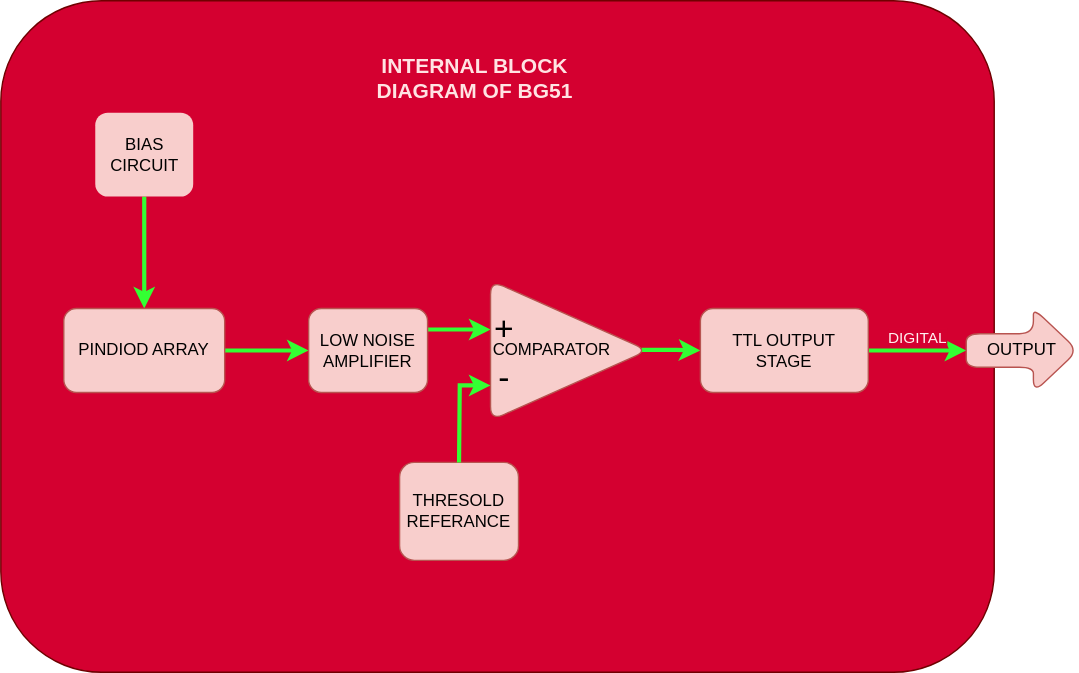
vaishakh-v/NIRAMM keeps this draw.io diagram as internal FBD.svg. Above is the earlier version. Source tidied: cells renumbered, new cells last; positions are measured from the earlier drawing's top-left corner, leaving out a move shared by most shapes.
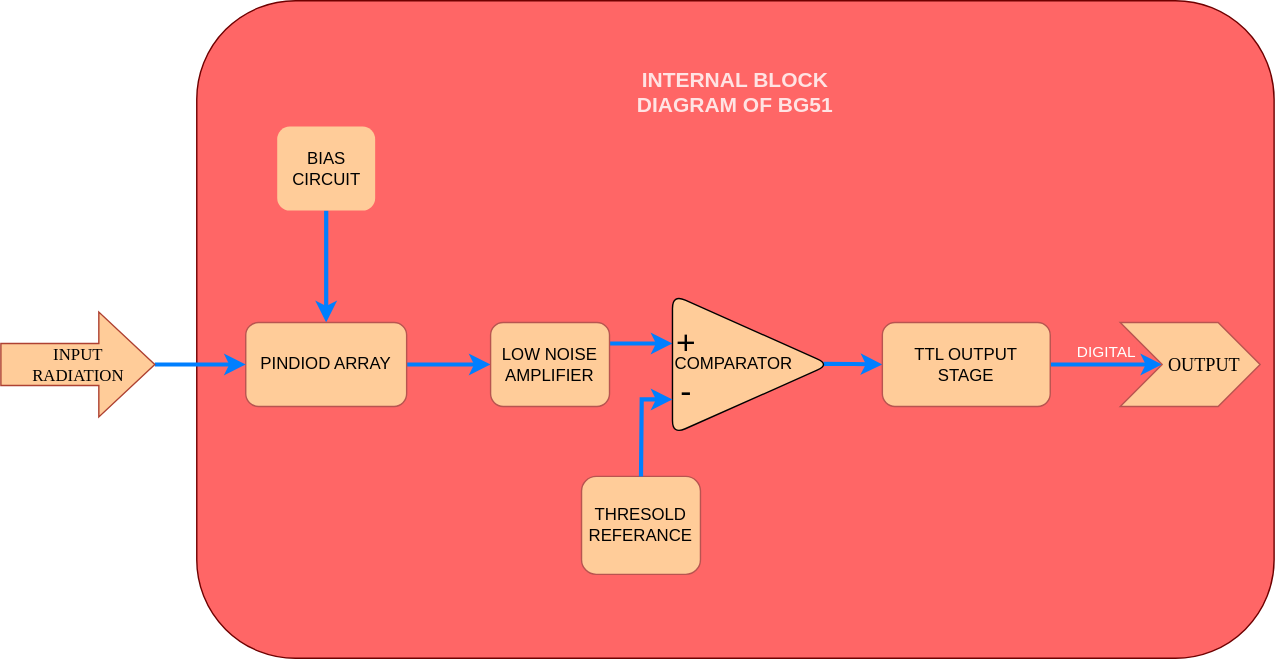
Above is the later version.

Diff of the diagram source:
```diff
@@ -2,54 +2,51 @@
   <root>
     <mxCell id="0" />
     <mxCell id="1" parent="0" />
-    <mxCell id="2" style="rounded=1;whiteSpace=wrap;html=1;strokeColor=#6F0000;fontColor=#ffffff;fillColor=#D40030;" parent="1" vertex="1">
-      <mxGeometry width="710" height="480" as="geometry" />
-    </mxCell>
+    <mxCell id="19" style="rounded=1;whiteSpace=wrap;html=1;strokeColor=#6F0000;fontColor=#ffffff;fontFamily=Times New Roman;fontSize=12;fillColor=#FF6666;" parent="1" vertex="1">
+      <mxGeometry x="10" y="-10" width="770" height="470" as="geometry" />
+    </mxCell>
-    <mxCell id="3" style="edgeStyle=orthogonalEdgeStyle;jettySize=auto;html=1;rounded=0;fillColor=#33FF33;strokeColor=#33FF33;strokeWidth=3;" parent="1" edge="1" source="4" target="6">
+    <mxCell id="3" style="edgeStyle=orthogonalEdgeStyle;jettySize=auto;html=1;rounded=0;fillColor=#33FF33;strokeWidth=3;strokeColor=#007FFF;" parent="1" edge="1" source="4" target="6">
       <mxGeometry relative="1" as="geometry" />
     </mxCell>
-    <mxCell id="4" value="BIAS CIRCUIT" style="rounded=1;whiteSpace=wrap;html=1;fillColor=#f8cecc;strokeColor=none;" parent="1" vertex="1">
+    <mxCell id="4" value="BIAS CIRCUIT" style="rounded=1;whiteSpace=wrap;html=1;strokeColor=none;fillColor=#FFCC99;" parent="1" vertex="1">
       <mxGeometry x="67.5" y="80" width="70" height="60" as="geometry" />
     </mxCell>
-    <mxCell id="5" style="edgeStyle=orthogonalEdgeStyle;curved=1;jettySize=auto;html=1;strokeColor=#33FF33;strokeWidth=3;" parent="1" edge="1" source="6" target="8">
+    <mxCell id="5" style="edgeStyle=orthogonalEdgeStyle;jettySize=auto;html=1;strokeWidth=3;rounded=0;strokeColor=#007FFF;" parent="1" edge="1" source="6" target="8">
       <mxGeometry relative="1" as="geometry" />
     </mxCell>
-    <mxCell id="6" value="PINDIOD ARRAY" style="whiteSpace=wrap;html=1;rounded=1;strokeColor=#b85450;fillColor=#f8cecc;" parent="1" vertex="1">
+    <mxCell id="6" value="PINDIOD ARRAY" style="whiteSpace=wrap;html=1;rounded=1;strokeColor=#b85450;fillColor=#FFCC99;" parent="1" vertex="1">
       <mxGeometry x="45" y="220" width="115" height="60" as="geometry" />
     </mxCell>
-    <mxCell id="7" style="edgeStyle=orthogonalEdgeStyle;rounded=0;jettySize=auto;html=1;exitX=1;exitY=0.25;exitDx=0;exitDy=0;entryX=0;entryY=0.5;entryDx=0;entryDy=0;fontSize=15;fontColor=#000000;strokeColor=#33FF33;strokeWidth=3;fillColor=#33FF33;" parent="1" edge="1" source="8" target="17">
+    <mxCell id="7" style="edgeStyle=orthogonalEdgeStyle;rounded=0;jettySize=auto;html=1;exitX=1;exitY=0.25;exitDx=0;exitDy=0;entryX=0;entryY=0.5;entryDx=0;entryDy=0;fontSize=15;fontColor=#000000;strokeWidth=3;fillColor=#33FF33;strokeColor=#007FFF;" parent="1" edge="1" source="8" target="17">
       <mxGeometry relative="1" as="geometry" />
     </mxCell>
-    <mxCell id="8" value="LOW NOISE AMPLIFIER" style="whiteSpace=wrap;html=1;rounded=1;strokeColor=#b85450;fillColor=#f8cecc;" parent="1" vertex="1">
+    <mxCell id="8" value="LOW NOISE AMPLIFIER" style="whiteSpace=wrap;html=1;rounded=1;strokeColor=#b85450;fillColor=#FFCC99;" parent="1" vertex="1">
       <mxGeometry x="220" y="220" width="85" height="60" as="geometry" />
     </mxCell>
-    <mxCell id="9" style="edgeStyle=orthogonalEdgeStyle;rounded=0;jettySize=auto;html=1;strokeColor=#33FF33;strokeWidth=3;fillColor=#33FF33;exitX=0.959;exitY=0.496;exitDx=0;exitDy=0;exitPerimeter=0;" parent="1" edge="1" source="10" target="14">
+    <mxCell id="9" style="edgeStyle=orthogonalEdgeStyle;jettySize=auto;html=1;strokeWidth=3;fillColor=#33FF33;exitX=0.959;exitY=0.496;exitDx=0;exitDy=0;exitPerimeter=0;rounded=0;strokeColor=#007FFF;" parent="1" edge="1" source="10" target="14">
       <mxGeometry relative="1" as="geometry" />
     </mxCell>
-    <mxCell id="10" value="COMPARATOR" style="triangle;whiteSpace=wrap;html=1;rounded=1;strokeColor=#b85450;fillColor=#f8cecc;align=left;" parent="1" vertex="1">
+    <mxCell id="10" value="COMPARATOR" style="triangle;whiteSpace=wrap;html=1;rounded=1;align=left;fillColor=#FFCC99;" parent="1" vertex="1">
       <mxGeometry x="350" y="200" width="112.5" height="100" as="geometry" />
     </mxCell>
-    <mxCell id="11" value="THRESOLD&lt;br&gt;REFERANCE" style="rounded=1;whiteSpace=wrap;html=1;fillColor=#f8cecc;strokeColor=#b85450;" parent="1" vertex="1">
+    <mxCell id="11" value="THRESOLD&lt;br&gt;REFERANCE" style="rounded=1;whiteSpace=wrap;html=1;strokeColor=#b85450;fillColor=#FFCC99;" parent="1" vertex="1">
       <mxGeometry x="285" y="330" width="85" height="70" as="geometry" />
     </mxCell>
-    <mxCell id="12" style="endArrow=classic;html=1;strokeColor=#33FF33;fillColor=#33FF33;entryX=0;entryY=0.75;entryDx=0;entryDy=0;exitX=0.5;exitY=0;exitDx=0;exitDy=0;rounded=0;strokeWidth=3;" parent="1" edge="1" source="11" target="10">
+    <mxCell id="12" style="endArrow=classic;html=1;fillColor=#33FF33;entryX=0;entryY=0.75;entryDx=0;entryDy=0;exitX=0.5;exitY=0;exitDx=0;exitDy=0;rounded=0;strokeWidth=3;strokeColor=#007FFF;" parent="1" edge="1" source="11" target="10">
       <mxGeometry relative="1" as="geometry">
         <Array as="points">
           <mxPoint x="328" y="275" />
         </Array>
       </mxGeometry>
     </mxCell>
-    <mxCell id="13" value="DIGITAL" style="edgeStyle=orthogonalEdgeStyle;rounded=0;jettySize=auto;html=1;strokeColor=#33FF33;strokeWidth=3;fillColor=#33FF33;labelPosition=center;verticalLabelPosition=top;align=center;verticalAlign=bottom;labelBackgroundColor=#D40030;fontColor=#FFF0F0;" parent="1" edge="1" source="14" target="15">
+    <mxCell id="13" value="DIGITAL" style="edgeStyle=orthogonalEdgeStyle;rounded=0;jettySize=auto;html=1;strokeWidth=3;fillColor=#33FF33;labelPosition=center;verticalLabelPosition=top;align=center;verticalAlign=bottom;labelBackgroundColor=#FF6666;entryX=0;entryY=0.5;entryDx=30;entryDy=0;entryPerimeter=0;fontColor=#FFFFFF;fontStyle=0;strokeColor=#007FFF;" parent="1" edge="1" source="14" target="15">
       <mxGeometry relative="1" as="geometry" />
     </mxCell>
-    <mxCell id="14" value="&lt;div&gt;&lt;span&gt;TTL OUTPUT&lt;/span&gt;&lt;/div&gt;&lt;div&gt;&lt;span&gt;STAGE&lt;/span&gt;&lt;/div&gt;" style="whiteSpace=wrap;html=1;rounded=1;align=center;strokeColor=#b85450;fillColor=#f8cecc;" parent="1" vertex="1">
+    <mxCell id="14" value="&lt;div&gt;&lt;span&gt;TTL OUTPUT&lt;/span&gt;&lt;/div&gt;&lt;div&gt;&lt;span&gt;STAGE&lt;/span&gt;&lt;/div&gt;" style="whiteSpace=wrap;html=1;rounded=1;align=center;strokeColor=#b85450;fillColor=#FFCC99;" parent="1" vertex="1">
       <mxGeometry x="500" y="220" width="120" height="60" as="geometry" />
     </mxCell>
-    <mxCell id="15" value="OUTPUT" style="shape=singleArrow;whiteSpace=wrap;html=1;arrowWidth=0.4;arrowSize=0.4;rounded=1;strokeColor=#b85450;fillColor=#f8cecc;" parent="1" vertex="1">
-      <mxGeometry x="690" y="220" width="80" height="60" as="geometry" />
-    </mxCell>
     <mxCell id="16" value="INTERNAL BLOCK DIAGRAM OF BG51" style="text;html=1;strokeColor=none;fillColor=none;align=center;verticalAlign=middle;whiteSpace=wrap;rounded=0;fontColor=#FFE3E3;fontStyle=1;fontSize=15;" parent="1" vertex="1">
-      <mxGeometry x="240" y="10" width="197.5" height="90" as="geometry" />
+      <mxGeometry x="296.2" y="10" width="197.5" height="90" as="geometry" />
     </mxCell>
     <mxCell id="17" value="&lt;font style=&quot;font-size: 24px&quot;&gt;+&lt;/font&gt;" style="text;html=1;strokeColor=none;fillColor=none;align=center;verticalAlign=middle;whiteSpace=wrap;rounded=0;fontSize=15;" parent="1" vertex="1">
       <mxGeometry x="350" y="220" width="20" height="30" as="geometry" />
@@ -57,5 +54,14 @@
     <mxCell id="18" value="-" style="text;html=1;strokeColor=none;fillColor=none;align=center;verticalAlign=middle;whiteSpace=wrap;rounded=0;fontSize=24;fontColor=#000000;" parent="1" vertex="1">
       <mxGeometry x="355" y="260" width="10" height="20" as="geometry" />
     </mxCell>
+    <mxCell id="15" value="&lt;font style=&quot;font-size: 13px&quot;&gt;&amp;nbsp; &amp;nbsp; &amp;nbsp; OUTPUT&lt;/font&gt;" style="html=1;shadow=0;dashed=0;align=center;verticalAlign=middle;shape=mxgraph.arrows2.arrow;dy=0;dx=30;notch=30;strokeColor=#b85450;fontFamily=Times New Roman;textDirection=ltr;fillColor=#FFCC99;" parent="1" vertex="1">
+      <mxGeometry x="670" y="220" width="100" height="60" as="geometry" />
+    </mxCell>
+    <mxCell id="20" style="edgeStyle=orthogonalEdgeStyle;rounded=0;jettySize=auto;html=1;exitX=1;exitY=0.5;exitDx=0;exitDy=0;exitPerimeter=0;entryX=0;entryY=0.5;entryDx=0;entryDy=0;labelBackgroundColor=#FF6666;fontColor=#FFFFFF;strokeColor=#007FFF;strokeWidth=3;fillColor=#FFCC99;" parent="1" edge="1" source="21" target="6">
+      <mxGeometry relative="1" as="geometry" />
+    </mxCell>
+    <mxCell id="21" value="INPUT&lt;br&gt;RADIATION" style="html=1;shadow=0;dashed=0;align=center;verticalAlign=middle;shape=mxgraph.arrows2.arrow;dy=0.6;dx=40;notch=0;fontFamily=Times New Roman;fontSize=12;strokeColor=#ae4132;fillColor=#FFCC99;" parent="1" vertex="1">
+      <mxGeometry x="-130" y="212.5" width="110" height="75" as="geometry" />
+    </mxCell>
   </root>
 </mxGraphModel>
```
